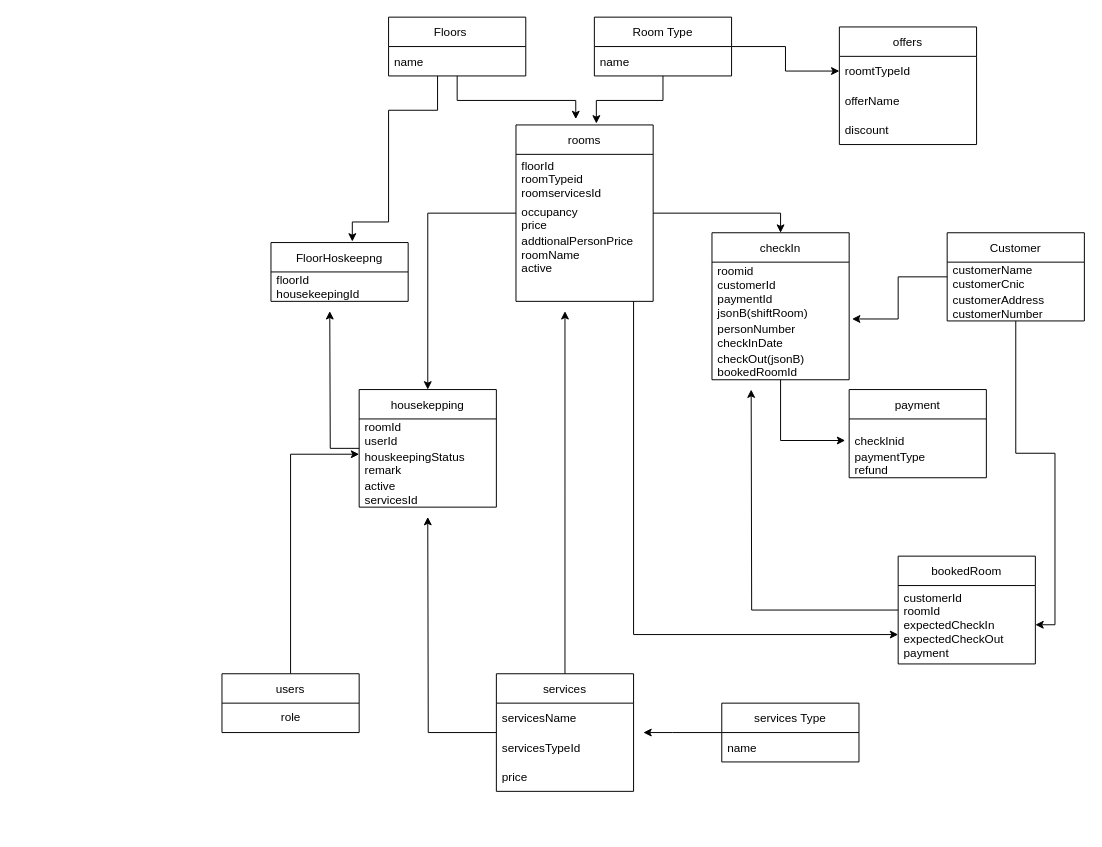
Before: new.drawio in zaryabali786/erdDiagram, a draw.io diagram. Source tidied: cells renumbered, new cells numbered last; positions are measured from the earlier drawing's top-left corner, leaving out a move shared by most shapes. Both pictures are drawn from the tidied source at 98%, with x=0, y=0 at pixel (221, 17).
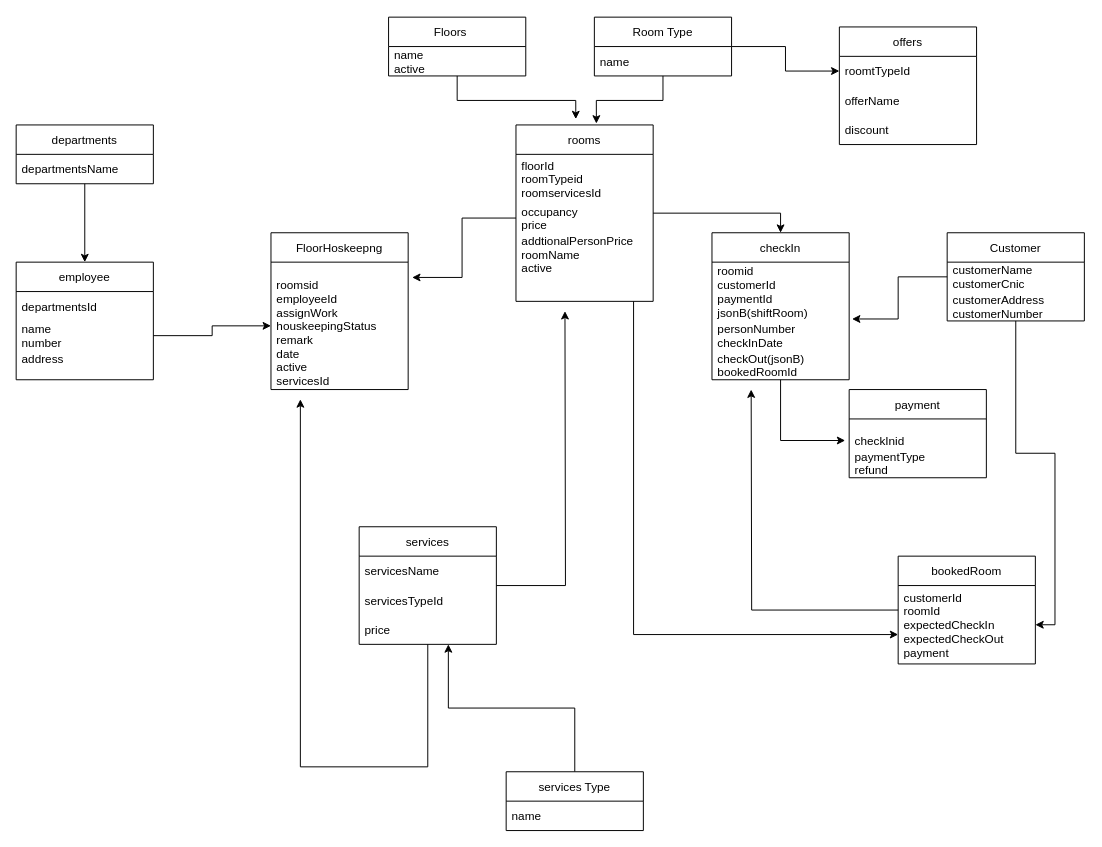
The same diagram, later.

The change refers to these unchanged cells:
```xml
<mxCell id="4" value="Floors    " style="swimlane;fontStyle=0;horizontal=1;startSize=30;" parent="1" vertex="1">
  <mxGeometry x="170" width="140" height="60" as="geometry" />
</mxCell>
<mxCell id="17" value="rooms" style="swimlane;fontStyle=0;horizontal=1;startSize=30;" parent="1" vertex="1">
  <mxGeometry x="300" y="110" width="140" height="180" as="geometry" />
</mxCell>
<mxCell id="19" value="occupancy&#10;price" style="text;strokeColor=none;fillColor=none;align=left;verticalAlign=middle;spacingLeft=4;spacingRight=4;overflow=hidden;points=[[0,0.5],[1,0.5]];portConstraint=eastwest;" parent="17" vertex="1">
  <mxGeometry y="80" width="140" height="30" as="geometry" />
</mxCell>
<mxCell id="26" value="price" style="text;strokeColor=none;fillColor=none;align=left;verticalAlign=middle;spacingLeft=4;spacingRight=4;overflow=hidden;points=[[0,0.5],[1,0.5]];portConstraint=eastwest;" parent="23" vertex="1">
  <mxGeometry y="90" width="140" height="30" as="geometry" />
</mxCell>
```

Diff of the diagram source:
```diff
@@
-    <mxCell id="3" style="edgeStyle=orthogonalEdgeStyle;rounded=0;jettySize=auto;html=1;entryX=0.593;entryY=-0.017;entryDx=0;entryDy=0;entryPerimeter=0;" parent="1" edge="1" source="4" target="30">
-      <mxGeometry relative="1" as="geometry">
-        <Array as="points">
-          <mxPoint x="220" y="95" />
-          <mxPoint x="170" y="95" />
-          <mxPoint x="170" y="209" />
-        </Array>
-      </mxGeometry>
-    </mxCell>
@@
-    <mxCell id="5" value="name" style="text;strokeColor=none;fillColor=none;align=left;verticalAlign=middle;spacingLeft=4;spacingRight=4;overflow=hidden;" parent="4" vertex="1">
+    <mxCell id="5" value="name&#10;active" style="text;strokeColor=none;fillColor=none;align=left;verticalAlign=middle;spacingLeft=4;spacingRight=4;overflow=hidden;" parent="4" vertex="1">
       <mxGeometry y="30" width="140" height="30" as="geometry" />
     </mxCell>
@@
-    <mxCell id="14" style="edgeStyle=orthogonalEdgeStyle;rounded=0;jettySize=auto;html=1;entryX=0.5;entryY=0;entryDx=0;entryDy=0;" parent="1" edge="1" source="17" target="33">
-      <mxGeometry relative="1" as="geometry" />
-    </mxCell>
@@
-    <mxCell id="22" style="edgeStyle=orthogonalEdgeStyle;rounded=0;jettySize=auto;html=1;" parent="1" edge="1" source="23">
-      <mxGeometry relative="1" as="geometry">
-        <mxPoint x="210" y="510" as="targetPoint" />
-      </mxGeometry>
-    </mxCell>
     <mxCell id="23" value="services" style="swimlane;fontStyle=0;horizontal=1;startSize=30;" parent="1" vertex="1">
-      <mxGeometry x="280" y="670" width="140" height="120" as="geometry" />
+      <mxGeometry x="140" y="520" width="140" height="120" as="geometry" />
     </mxCell>
@@
-    <mxCell id="27" style="edgeStyle=orthogonalEdgeStyle;rounded=0;jettySize=auto;html=1;" parent="1" edge="1" source="28">
-      <mxGeometry relative="1" as="geometry">
-        <mxPoint x="430" y="730" as="targetPoint" />
-        <Array as="points">
-          <mxPoint x="460" y="730" />
-          <mxPoint x="460" y="730" />
-        </Array>
-      </mxGeometry>
-    </mxCell>
+    <mxCell id="56" style="edgeStyle=orthogonalEdgeStyle;rounded=0;jettySize=auto;html=1;entryX=0.65;entryY=1;entryDx=0;entryDy=0;entryPerimeter=0;" parent="1" edge="1" source="28" target="26">
+      <mxGeometry relative="1" as="geometry" />
+    </mxCell>
     <mxCell id="28" value="services Type" style="swimlane;fontStyle=0;horizontal=1;startSize=30;" parent="1" vertex="1">
-      <mxGeometry x="510" y="700" width="140" height="60" as="geometry" />
+      <mxGeometry x="290" y="770" width="140" height="60" as="geometry" />
     </mxCell>
@@
     <mxCell id="30" value="FloorHoskeepng" style="swimlane;fontStyle=0;horizontal=1;startSize=30;" parent="1" vertex="1">
-      <mxGeometry x="50" y="230" width="140" height="60" as="geometry" />
+      <mxGeometry x="50" y="220" width="140" height="160" as="geometry" />
     </mxCell>
-    <mxCell id="31" value="floorId&#10;housekeepingId" style="text;strokeColor=none;fillColor=none;align=left;verticalAlign=middle;spacingLeft=4;spacingRight=4;overflow=hidden;points=[[0,0.5],[1,0.5]];portConstraint=eastwest;" parent="30" vertex="1">
-      <mxGeometry y="30" width="140" height="30" as="geometry" />
+    <mxCell id="31" value="&#10;roomsid&#10;employeeId&#10;assignWork&#10;houskeepingStatus&#10;remark&#10;date&#10;active&#10;servicesId" style="text;strokeColor=none;fillColor=none;align=left;verticalAlign=middle;spacingLeft=4;spacingRight=4;overflow=hidden;points=[[0,0.5],[1,0.5]];portConstraint=eastwest;" parent="30" vertex="1">
+      <mxGeometry y="30" width="140" height="130" as="geometry" />
     </mxCell>
-    <mxCell id="32" style="edgeStyle=orthogonalEdgeStyle;rounded=0;jettySize=auto;html=1;" parent="1" edge="1" source="33">
-      <mxGeometry relative="1" as="geometry">
-        <mxPoint x="110" y="300" as="targetPoint" />
-      </mxGeometry>
-    </mxCell>
-    <mxCell id="33" value="housekepping" style="swimlane;fontStyle=0;horizontal=1;startSize=30;" parent="1" vertex="1">
-      <mxGeometry x="140" y="380" width="140" height="120" as="geometry" />
-    </mxCell>
-    <mxCell id="34" value="roomId&#10;userId" style="text;strokeColor=none;fillColor=none;align=left;verticalAlign=middle;spacingLeft=4;spacingRight=4;overflow=hidden;" parent="33" vertex="1">
-      <mxGeometry y="30" width="140" height="30" as="geometry" />
-    </mxCell>
-    <mxCell id="35" value="houskeepingStatus&#10;remark" style="text;strokeColor=none;fillColor=none;align=left;verticalAlign=middle;spacingLeft=4;spacingRight=4;overflow=hidden;points=[[0,0.5],[1,0.5]];portConstraint=eastwest;" parent="33" vertex="1">
-      <mxGeometry y="60" width="140" height="30" as="geometry" />
-    </mxCell>
-    <mxCell id="36" value="active&#10;servicesId" style="text;strokeColor=none;fillColor=none;align=left;verticalAlign=middle;spacingLeft=4;spacingRight=4;overflow=hidden;" parent="33" vertex="1">
-      <mxGeometry y="90" width="140" height="30" as="geometry" />
-    </mxCell>
@@
-    <mxCell id="42" style="edgeStyle=orthogonalEdgeStyle;rounded=0;jettySize=auto;html=1;entryX=0;entryY=0.2;entryDx=0;entryDy=0;entryPerimeter=0;" parent="1" edge="1" source="43" target="35">
-      <mxGeometry relative="1" as="geometry">
-        <Array as="points">
-          <mxPoint x="70" y="446" />
-        </Array>
-      </mxGeometry>
-    </mxCell>
-    <mxCell id="43" value="users" style="swimlane;fontStyle=0;horizontal=1;startSize=30;" parent="1" vertex="1">
-      <mxGeometry y="670" width="140" height="60" as="geometry" />
-    </mxCell>
-    <mxCell id="44" value="role" style="text;html=1;align=center;verticalAlign=middle;strokeColor=none;fillColor=none;" parent="43" vertex="1">
-      <mxGeometry y="30" width="140" height="30" as="geometry" />
-    </mxCell>
@@
+    <mxCell id="57" style="edgeStyle=orthogonalEdgeStyle;rounded=0;jettySize=auto;html=1;" parent="1" edge="1" source="58" target="60">
+      <mxGeometry relative="1" as="geometry" />
+    </mxCell>
+    <mxCell id="58" value="departments" style="swimlane;fontStyle=0;horizontal=1;startSize=30;" parent="1" vertex="1">
+      <mxGeometry x="-210" y="110" width="140" height="60" as="geometry" />
+    </mxCell>
+    <mxCell id="59" value="departmentsName" style="text;strokeColor=none;fillColor=none;align=left;verticalAlign=middle;spacingLeft=4;spacingRight=4;overflow=hidden;" parent="58" vertex="1">
+      <mxGeometry y="30" width="140" height="30" as="geometry" />
+    </mxCell>
+    <mxCell id="60" value="employee" style="swimlane;fontStyle=0;horizontal=1;startSize=30;" parent="1" vertex="1">
+      <mxGeometry x="-210" y="250" width="140" height="120" as="geometry" />
+    </mxCell>
+    <mxCell id="61" value="departmentsId" style="text;strokeColor=none;fillColor=none;align=left;verticalAlign=middle;spacingLeft=4;spacingRight=4;overflow=hidden;" parent="60" vertex="1">
+      <mxGeometry y="30" width="140" height="30" as="geometry" />
+    </mxCell>
+    <mxCell id="62" value="name&#10;number" style="text;strokeColor=none;fillColor=none;align=left;verticalAlign=middle;spacingLeft=4;spacingRight=4;overflow=hidden;points=[[0,0.5],[1,0.5]];portConstraint=eastwest;" parent="60" vertex="1">
+      <mxGeometry y="60" width="140" height="30" as="geometry" />
+    </mxCell>
+    <mxCell id="63" value="address&#10;" style="text;strokeColor=none;fillColor=none;align=left;verticalAlign=middle;spacingLeft=4;spacingRight=4;overflow=hidden;" parent="60" vertex="1">
+      <mxGeometry y="90" width="140" height="30" as="geometry" />
+    </mxCell>
+    <mxCell id="64" style="edgeStyle=orthogonalEdgeStyle;rounded=0;jettySize=auto;html=1;" parent="1" edge="1" source="62" target="31">
+      <mxGeometry relative="1" as="geometry" />
+    </mxCell>
+    <mxCell id="65" style="edgeStyle=orthogonalEdgeStyle;rounded=0;jettySize=auto;html=1;entryX=1.029;entryY=0.12;entryDx=0;entryDy=0;entryPerimeter=0;" parent="1" edge="1" source="19" target="31">
+      <mxGeometry relative="1" as="geometry" />
+    </mxCell>
+    <mxCell id="66" style="edgeStyle=orthogonalEdgeStyle;rounded=0;jettySize=auto;html=1;" parent="1" edge="1" source="26">
+      <mxGeometry relative="1" as="geometry">
+        <mxPoint x="80" y="390" as="targetPoint" />
+        <Array as="points">
+          <mxPoint x="80" y="765" />
+        </Array>
+      </mxGeometry>
+    </mxCell>
```
